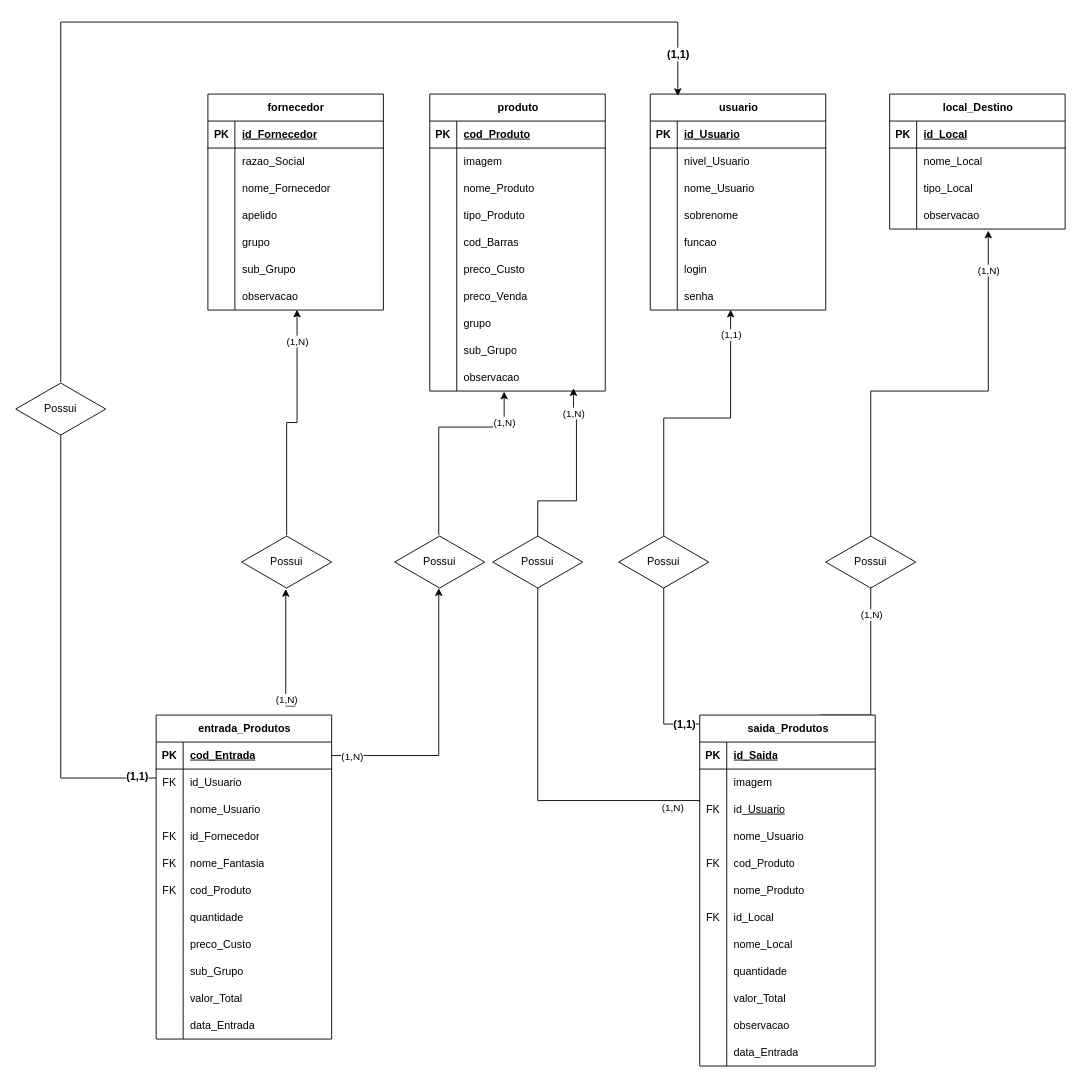
The draw.io diagram Diagramas/Diagrama sem nome.drawio in MatheusHMMachado/ProjetoMorpheus, before the edit. Source tidied: cells renumbered, new cells numbered last; positions are measured from the earlier drawing's top-left corner, leaving out a move shared by most shapes. Both pictures are drawn from the tidied source at 90%, with x=0, y=0 at pixel (15, 22).
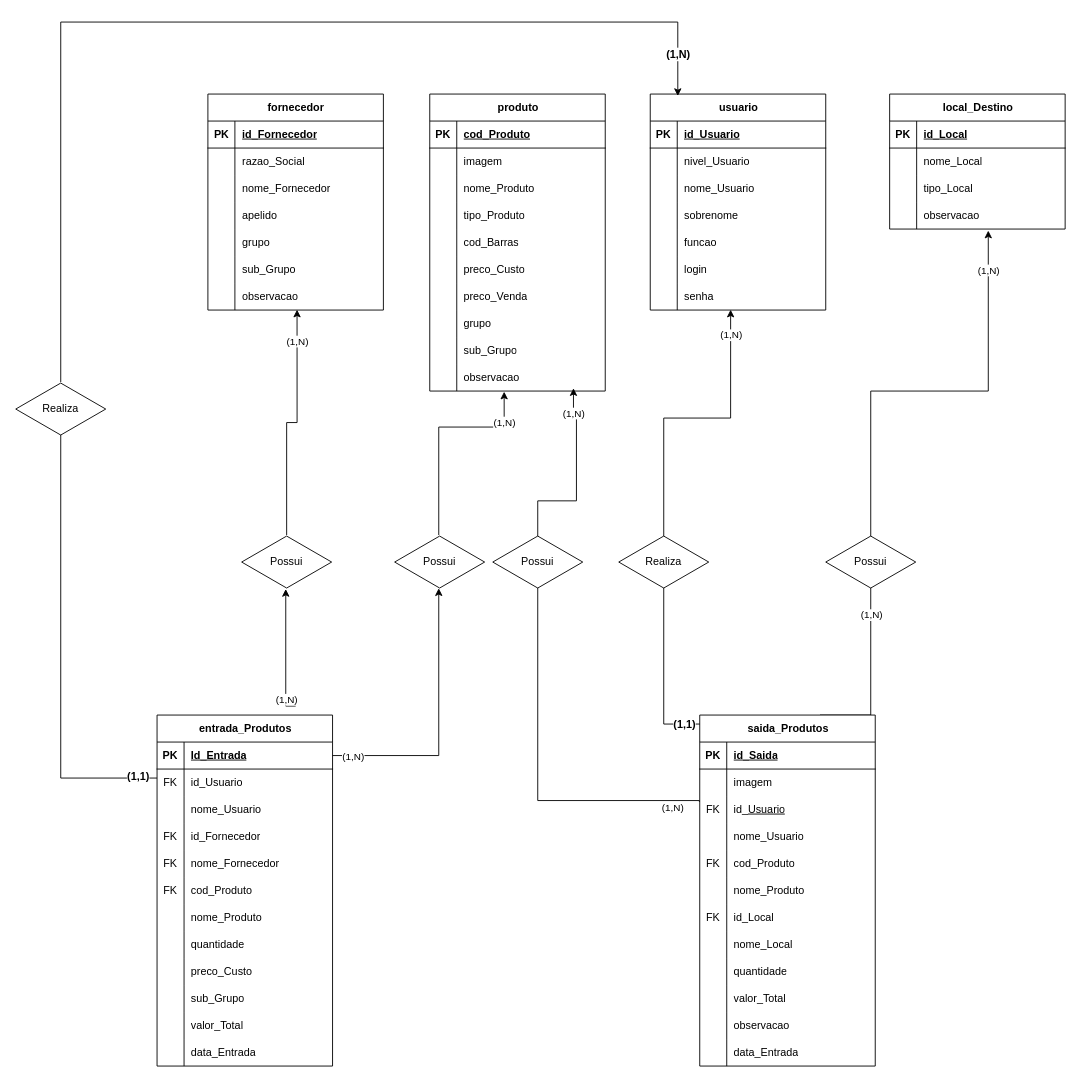
The same diagram, later.

Commit message:
Diagrama Físico de dados.drawio

Unchanged cells that the change refers to:
```xml
<mxCell id="2" style="edgeStyle=orthogonalEdgeStyle;rounded=0;jettySize=auto;html=1;entryX=0.458;entryY=0.986;entryDx=0;entryDy=0;entryPerimeter=0;" parent="1" edge="1" target="98">
  <mxGeometry relative="1" as="geometry">
    <mxPoint x="890" y="780" as="sourcePoint" />
    <Array as="points">
      <mxPoint x="720" y="780" />
      <mxPoint x="720" y="440" />
      <mxPoint x="794" y="440" />
    </Array>
  </mxGeometry>
</mxCell>
<mxCell id="115" style="shape=tableRow;horizontal=0;startSize=0;swimlaneHead=0;swimlaneBody=0;fillColor=none;points=[[0,0.5],[1,0.5]];portConstraint=eastwest;top=0;left=0;right=0;bottom=1;" parent="114" vertex="1">
  <mxGeometry y="30" width="195" height="30" as="geometry" />
</mxCell>
<mxCell id="127" style="shape=tableRow;horizontal=0;startSize=0;swimlaneHead=0;swimlaneBody=0;fillColor=none;top=0;left=0;right=0;bottom=0;absoluteArcSize=0;" parent="114" vertex="1">
  <mxGeometry y="150" width="195" height="30" as="geometry" />
</mxCell>
<mxCell id="148" style="edgeStyle=orthogonalEdgeStyle;rounded=0;jettySize=auto;html=1;entryX=0.157;entryY=0.009;entryDx=0;entryDy=0;entryPerimeter=0;fontFamily=Helvetica;fontSize=12;fontColor=default;fontStyle=1;" parent="1" edge="1" source="152" target="79">
  <mxGeometry relative="1" as="geometry">
    <Array as="points">
      <mxPoint x="50" />
      <mxPoint x="736" />
    </Array>
  </mxGeometry>
</mxCell>
```

The edit, as a diff of the source:
```diff
@@
-    <mxCell id="3" value="(1,1)" style="edgeLabel;html=1;align=center;verticalAlign=middle;" parent="2" vertex="1">
+    <mxCell id="3" value="(1,N)" style="edgeLabel;html=1;align=center;verticalAlign=middle;" parent="2" vertex="1">
       <mxGeometry x="0.92" y="-3" relative="1" as="geometry">
         <mxPoint x="-3" as="offset" />
       </mxGeometry>
     </mxCell>
@@
-    <mxCell id="24" value="Possui" style="html=1;whiteSpace=wrap;shape=isoRectangle;" parent="1" vertex="1">
+    <mxCell id="24" value="Realiza" style="html=1;whiteSpace=wrap;shape=isoRectangle;" parent="1" vertex="1">
       <mxGeometry x="670" y="570" width="100" height="60" as="geometry" />
     </mxCell>
@@
     <mxCell id="114" value="&lt;div&gt;entrada_Produtos&lt;/div&gt;" style="shape=table;startSize=30;childLayout=tableLayout;rowLines=0;fontStyle=1;align=center;html=1;rounded=0;shadow=0;comic=0;enumerate=0;fixedWidth=0;movableLabel=0;top=1;bottom=1;right=1;swimlaneHead=1;swimlaneBody=1;horizontal=1;absoluteArcSize=0;columnLines=1;resizeLastRow=0;" parent="1" vertex="1">
-      <mxGeometry x="156" y="770" width="195" height="360" as="geometry" />
+      <mxGeometry x="157" y="770" width="195" height="390" as="geometry" />
     </mxCell>
@@
-    <mxCell id="117" value="&lt;div&gt;cod_Entrada&lt;/div&gt;" style="shape=partialRectangle;fillColor=none;top=0;left=0;bottom=0;right=0;align=left;spacingLeft=6;fontStyle=5;overflow=hidden;whiteSpace=wrap;html=1;" parent="115" vertex="1">
+    <mxCell id="117" value="&lt;div&gt;Id_Entrada&lt;/div&gt;" style="shape=partialRectangle;fillColor=none;top=0;left=0;bottom=0;right=0;align=left;spacingLeft=6;fontStyle=5;overflow=hidden;whiteSpace=wrap;html=1;" parent="115" vertex="1">
       <mxGeometry x="30" width="165" height="30" as="geometry" />
     </mxCell>
@@
-    <mxCell id="129" value="nome_Fantasia" style="shape=partialRectangle;fillColor=none;top=0;left=0;bottom=0;right=0;align=left;spacingLeft=6;overflow=hidden;whiteSpace=wrap;html=1;" parent="127" vertex="1">
+    <mxCell id="129" value="nome_Fornecedor" style="shape=partialRectangle;fillColor=none;top=0;left=0;bottom=0;right=0;align=left;spacingLeft=6;overflow=hidden;whiteSpace=wrap;html=1;" parent="127" vertex="1">
       <mxGeometry x="30" width="165" height="30" as="geometry" />
     </mxCell>
@@
+    <mxCell id="190" style="shape=tableRow;horizontal=0;startSize=0;swimlaneHead=0;swimlaneBody=0;fillColor=none;top=0;left=0;right=0;bottom=0;absoluteArcSize=0;" parent="114" vertex="1">
+      <mxGeometry y="210" width="195" height="30" as="geometry" />
+    </mxCell>
+    <mxCell id="191" style="shape=partialRectangle;fillColor=none;top=0;left=0;bottom=0;right=0;overflow=hidden;whiteSpace=wrap;html=1;" parent="190" vertex="1">
+      <mxGeometry width="30" height="30" as="geometry" />
+    </mxCell>
+    <mxCell id="192" value="nome_Produto" style="shape=partialRectangle;fillColor=none;top=0;left=0;bottom=0;right=0;align=left;spacingLeft=6;overflow=hidden;whiteSpace=wrap;html=1;" parent="190" vertex="1">
+      <mxGeometry x="30" width="165" height="30" as="geometry" />
+    </mxCell>
     <mxCell id="133" style="shape=tableRow;horizontal=0;startSize=0;swimlaneHead=0;swimlaneBody=0;fillColor=none;top=0;left=0;right=0;bottom=0;absoluteArcSize=0;" parent="114" vertex="1">
-      <mxGeometry y="210" width="195" height="30" as="geometry" />
+      <mxGeometry y="240" width="195" height="30" as="geometry" />
     </mxCell>
@@
     <mxCell id="136" style="shape=tableRow;horizontal=0;startSize=0;swimlaneHead=0;swimlaneBody=0;fillColor=none;top=0;left=0;right=0;bottom=0;absoluteArcSize=0;" parent="114" vertex="1">
-      <mxGeometry y="240" width="195" height="30" as="geometry" />
+      <mxGeometry y="270" width="195" height="30" as="geometry" />
     </mxCell>
@@
     <mxCell id="139" style="shape=tableRow;horizontal=0;startSize=0;swimlaneHead=0;swimlaneBody=0;fillColor=none;top=0;left=0;right=0;bottom=0;absoluteArcSize=0;" parent="114" vertex="1">
-      <mxGeometry y="270" width="195" height="30" as="geometry" />
+      <mxGeometry y="300" width="195" height="30" as="geometry" />
     </mxCell>
@@
     <mxCell id="142" style="shape=tableRow;horizontal=0;startSize=0;swimlaneHead=0;swimlaneBody=0;fillColor=none;top=0;left=0;right=0;bottom=0;absoluteArcSize=0;" parent="114" vertex="1">
-      <mxGeometry y="300" width="195" height="30" as="geometry" />
+      <mxGeometry y="330" width="195" height="30" as="geometry" />
     </mxCell>
@@
     <mxCell id="145" style="shape=tableRow;horizontal=0;startSize=0;swimlaneHead=0;swimlaneBody=0;fillColor=none;top=0;left=0;right=0;bottom=0;absoluteArcSize=0;" parent="114" vertex="1">
-      <mxGeometry y="330" width="195" height="30" as="geometry" />
+      <mxGeometry y="360" width="195" height="30" as="geometry" />
     </mxCell>
@@
-    <mxCell id="149" value="(1,1)" style="edgeLabel;html=1;align=center;verticalAlign=middle;rounded=0;shadow=0;comic=0;strokeColor=default;fontFamily=Helvetica;fontSize=12;fontColor=default;fontStyle=1;fillColor=default;" parent="148" vertex="1">
+    <mxCell id="149" value="(1,N)" style="edgeLabel;html=1;align=center;verticalAlign=middle;rounded=0;shadow=0;comic=0;strokeColor=default;fontFamily=Helvetica;fontSize=12;fontColor=default;fontStyle=1;fillColor=default;" parent="148" vertex="1">
       <mxGeometry x="0.92" relative="1" as="geometry" />
     </mxCell>
@@
-    <mxCell id="152" value="Possui" style="html=1;whiteSpace=wrap;shape=isoRectangle;" parent="1" vertex="1">
+    <mxCell id="152" value="Realiza" style="html=1;whiteSpace=wrap;shape=isoRectangle;" parent="1" vertex="1">
       <mxGeometry y="400" width="100" height="60" as="geometry" />
     </mxCell>
```
